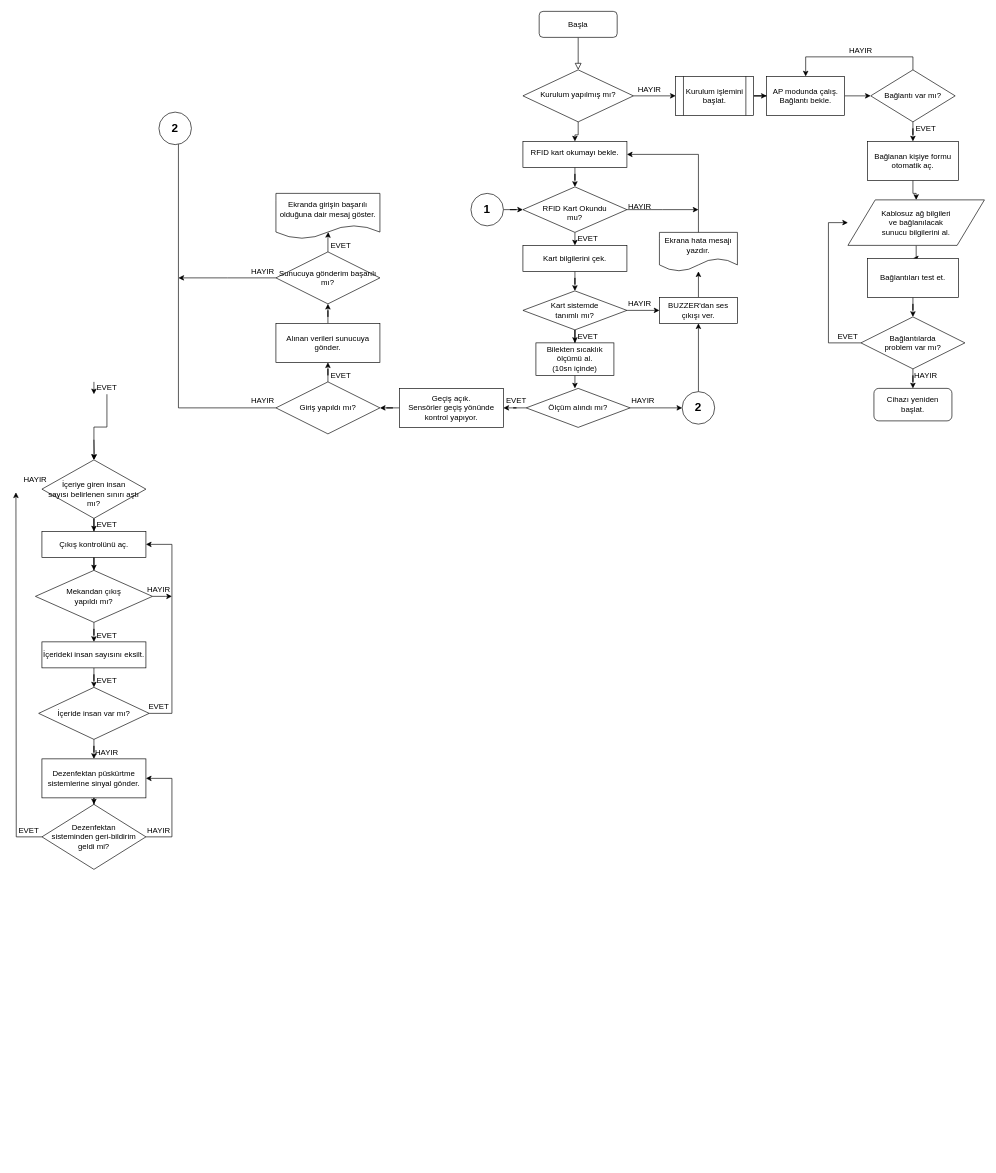
The draw.io diagram Untitled Diagram.drawio in atakanargn/jpebs, before the edit. Source tidied: cells renumbered, new cells numbered last; positions are measured from the earlier drawing's top-left corner, leaving out a move shared by most shapes. Both pictures are drawn from the tidied source at 65%, with x=0, y=0 at pixel (16, 11).
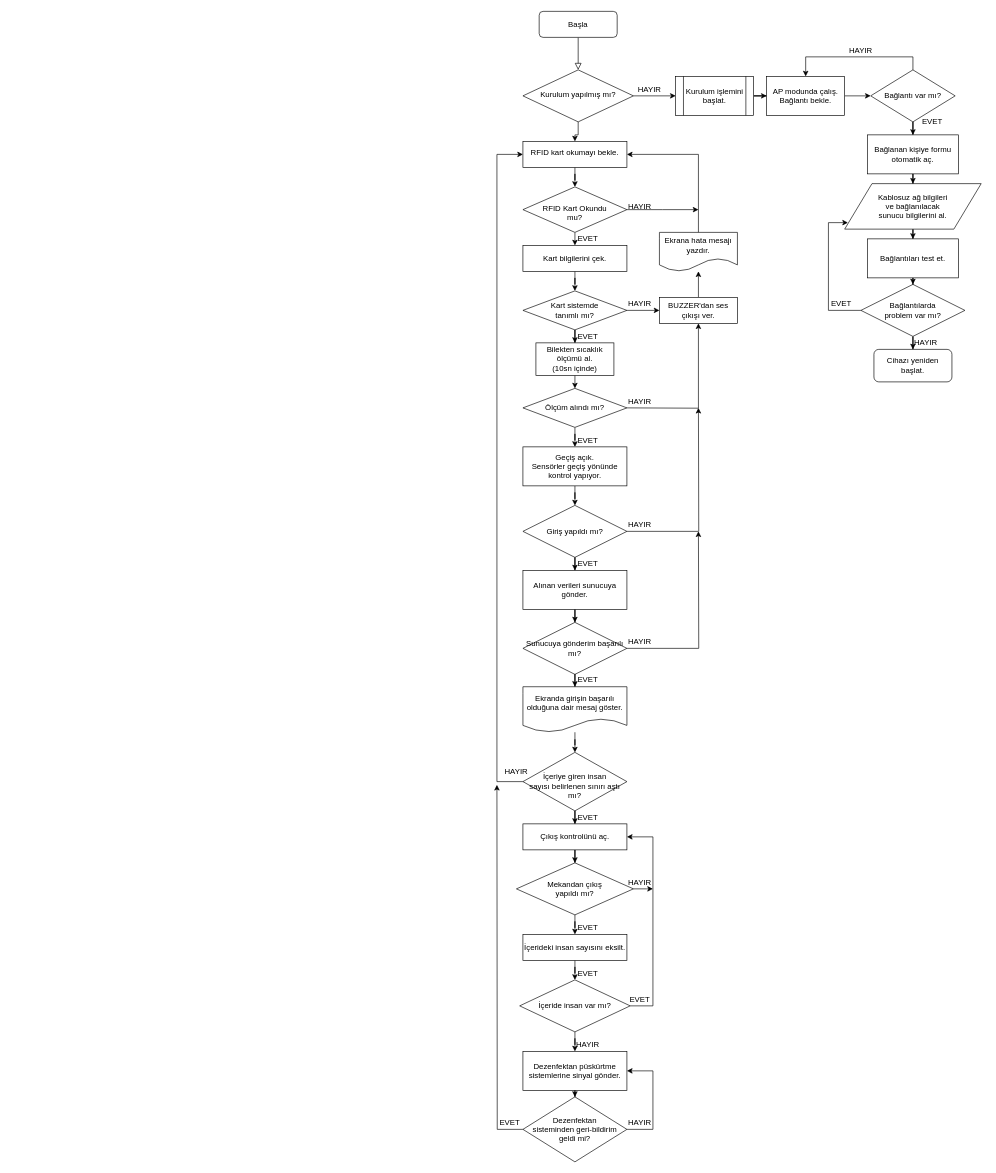
The same diagram, later.

The change refers to these unchanged cells:
```xml
<mxCell id="30" value="&lt;div&gt;RFID kart okumayı bekle.&lt;/div&gt;" style="whiteSpace=wrap;html=1;shadow=0;strokeWidth=1;spacing=6;spacingTop=-4;" parent="1" vertex="1">
  <mxGeometry x="780" y="200" width="160" height="40" as="geometry" />
</mxCell>
<mxCell id="33" value="&lt;div&gt;&lt;br&gt;&lt;/div&gt;&lt;div&gt;RFID Kart Okundu&lt;/div&gt;&lt;div&gt;mu?&lt;/div&gt;" style="rhombus;whiteSpace=wrap;html=1;shadow=0;strokeWidth=1;spacing=6;spacingTop=-4;" parent="1" vertex="1">
  <mxGeometry x="780" y="270" width="160" height="70" as="geometry" />
</mxCell>
<mxCell id="42" value="BUZZER'dan ses çıkışı ver." style="rounded=0;whiteSpace=wrap;html=1;" parent="1" vertex="1">
  <mxGeometry x="990" y="440" width="120" height="40" as="geometry" />
</mxCell>
```

The edit, as a diff of the source:
```diff
@@
     <mxCell id="17" value="&lt;div&gt;Bağlanan kişiye formu otomatik aç.&lt;/div&gt;" style="rounded=0;whiteSpace=wrap;html=1;" parent="1" vertex="1">
-      <mxGeometry x="1310" y="200" width="140" height="60" as="geometry" />
+      <mxGeometry x="1310" y="190" width="140" height="60" as="geometry" />
     </mxCell>
@@
     <mxCell id="19" value="&lt;div&gt;Kablosuz ağ bilgileri&lt;/div&gt;&lt;div&gt;ve bağlanılacak&lt;/div&gt;&lt;div&gt;sunucu bilgilerini al.&lt;/div&gt;" style="shape=parallelogram;whiteSpace=wrap;html=1;boundedLbl=1;rounded=0;" parent="1" vertex="1">
-      <mxGeometry x="1280" y="290" width="210" height="70" as="geometry" />
+      <mxGeometry x="1275" y="265" width="210" height="70" as="geometry" />
     </mxCell>
@@
     <mxCell id="21" value="Bağlantıları test et." style="whiteSpace=wrap;html=1;rounded=0;" parent="1" vertex="1">
-      <mxGeometry x="1310" y="380" width="140" height="60" as="geometry" />
+      <mxGeometry x="1310" y="350" width="140" height="60" as="geometry" />
     </mxCell>
     <mxCell id="22" style="edgeStyle=orthogonalEdgeStyle;rounded=0;jettySize=auto;html=1;" parent="1" edge="1" source="24">
       <mxGeometry relative="1" as="geometry">
         <mxPoint x="1280" y="325" as="targetPoint" />
         <Array as="points">
-          <mxPoint x="1250" y="510" />
+          <mxPoint x="1250" y="460" />
           <mxPoint x="1250" y="325" />
         </Array>
       </mxGeometry>
     </mxCell>
@@
     <mxCell id="24" value="&lt;div&gt;Bağlantılarda&lt;/div&gt;&lt;div&gt;problem var mı?&lt;/div&gt;" style="rhombus;whiteSpace=wrap;html=1;rounded=0;" parent="1" vertex="1">
-      <mxGeometry x="1300" y="470" width="160" height="80" as="geometry" />
+      <mxGeometry x="1300" y="420" width="160" height="80" as="geometry" />
     </mxCell>
     <mxCell id="25" value="EVET" style="text;html=1;strokeColor=none;fillColor=none;align=center;verticalAlign=middle;whiteSpace=wrap;rounded=0;" parent="1" vertex="1">
-      <mxGeometry x="1260" y="490" width="40" height="20" as="geometry" />
+      <mxGeometry x="1250" y="440" width="40" height="20" as="geometry" />
     </mxCell>
     <mxCell id="26" value="&lt;div&gt;Cihazı yeniden başlat.&lt;/div&gt;" style="rounded=1;whiteSpace=wrap;html=1;" parent="1" vertex="1">
-      <mxGeometry x="1320" y="580" width="120" height="50" as="geometry" />
+      <mxGeometry x="1320" y="520" width="120" height="50" as="geometry" />
     </mxCell>
     <mxCell id="27" value="&lt;div&gt;EVET&lt;/div&gt;" style="text;html=1;strokeColor=none;fillColor=none;align=center;verticalAlign=middle;whiteSpace=wrap;rounded=0;" parent="1" vertex="1">
-      <mxGeometry x="1380" y="170" width="40" height="20" as="geometry" />
+      <mxGeometry x="1390" y="160" width="40" height="20" as="geometry" />
     </mxCell>
     <mxCell id="28" value="&lt;div&gt;HAYIR&lt;/div&gt;" style="text;html=1;strokeColor=none;fillColor=none;align=center;verticalAlign=middle;whiteSpace=wrap;rounded=0;" parent="1" vertex="1">
-      <mxGeometry x="1380" y="550" width="40" height="20" as="geometry" />
+      <mxGeometry x="1380" y="500" width="40" height="20" as="geometry" />
     </mxCell>
@@
+    <mxCell id="104" style="edgeStyle=orthogonalEdgeStyle;rounded=0;jettySize=auto;html=1;entryX=0.5;entryY=1;entryDx=0;entryDy=0;" parent="1" edge="1" target="42">
+      <mxGeometry relative="1" as="geometry">
+        <mxPoint x="940" y="610" as="sourcePoint" />
+      </mxGeometry>
+    </mxCell>
@@
+    <mxCell id="105" style="edgeStyle=orthogonalEdgeStyle;rounded=0;jettySize=auto;html=1;entryX=0;entryY=0.5;entryDx=0;entryDy=0;exitX=0;exitY=0.5;exitDx=0;exitDy=0;" parent="1" edge="1" target="30">
+      <mxGeometry relative="1" as="geometry">
+        <mxPoint x="780" y="1185" as="sourcePoint" />
+        <Array as="points">
+          <mxPoint x="740" y="1185" />
+          <mxPoint x="740" y="220" />
+        </Array>
+      </mxGeometry>
+    </mxCell>
+    <mxCell id="80" style="edgeStyle=orthogonalEdgeStyle;rounded=0;jettySize=auto;html=1;" parent="1" edge="1" source="82" target="84">
+      <mxGeometry relative="1" as="geometry" />
+    </mxCell>
+    <mxCell id="82" value="Ölçüm alındı mı?" style="rhombus;whiteSpace=wrap;html=1;" parent="1" vertex="1">
+      <mxGeometry x="780" y="580" width="160" height="60" as="geometry" />
+    </mxCell>
     <mxCell id="49" value="HAYIR" style="text;html=1;strokeColor=none;fillColor=none;align=center;verticalAlign=middle;whiteSpace=wrap;rounded=0;" parent="1" vertex="1">
-      <mxGeometry x="945" y="589" width="40" height="20" as="geometry" />
+      <mxGeometry x="940" y="590" width="40" height="20" as="geometry" />
     </mxCell>
+    <mxCell id="83" style="edgeStyle=orthogonalEdgeStyle;rounded=0;jettySize=auto;html=1;" parent="1" edge="1" source="84" target="88">
+      <mxGeometry relative="1" as="geometry" />
+    </mxCell>
+    <mxCell id="84" value="&lt;div&gt;Geçiş açık.&lt;/div&gt;&lt;div&gt;Sensörler geçiş yönünde kontrol yapıyor.&lt;/div&gt;" style="whiteSpace=wrap;html=1;" parent="1" vertex="1">
+      <mxGeometry x="780" y="670" width="160" height="60" as="geometry" />
+    </mxCell>
+    <mxCell id="106" style="edgeStyle=orthogonalEdgeStyle;rounded=0;jettySize=auto;html=1;" parent="1" edge="1" source="88">
+      <mxGeometry relative="1" as="geometry">
+        <mxPoint x="1050" y="610" as="targetPoint" />
+      </mxGeometry>
+    </mxCell>
+    <mxCell id="86" style="edgeStyle=orthogonalEdgeStyle;rounded=0;jettySize=auto;html=1;" parent="1" edge="1" source="88" target="90">
+      <mxGeometry relative="1" as="geometry" />
+    </mxCell>
+    <mxCell id="88" value="Giriş yapıldı mı?" style="rhombus;whiteSpace=wrap;html=1;" parent="1" vertex="1">
+      <mxGeometry x="780" y="760" width="160" height="80" as="geometry" />
+    </mxCell>
+    <mxCell id="107" value="HAYIR" style="text;html=1;strokeColor=none;fillColor=none;align=center;verticalAlign=middle;whiteSpace=wrap;rounded=0;" parent="1" vertex="1">
+      <mxGeometry x="940" y="780" width="40" height="20" as="geometry" />
+    </mxCell>
+    <mxCell id="89" style="edgeStyle=orthogonalEdgeStyle;rounded=0;jettySize=auto;html=1;" parent="1" edge="1" source="90" target="98">
+      <mxGeometry relative="1" as="geometry" />
+    </mxCell>
+    <mxCell id="90" value="Alınan verileri sunucuya gönder." style="whiteSpace=wrap;html=1;" parent="1" vertex="1">
+      <mxGeometry x="780" y="860" width="160" height="60" as="geometry" />
+    </mxCell>
+    <mxCell id="108" style="edgeStyle=orthogonalEdgeStyle;rounded=0;jettySize=auto;html=1;" parent="1" edge="1" source="98">
+      <mxGeometry relative="1" as="geometry">
+        <mxPoint x="1050" y="800" as="targetPoint" />
+      </mxGeometry>
+    </mxCell>
-    <mxCell id="50" style="edgeStyle=orthogonalEdgeStyle;rounded=0;orthogonalLoop=1;jettySize=auto;html=1;" parent="1" edge="1">
-      <mxGeometry relative="1" as="geometry">
-        <mxPoint x="120" y="570" as="sourcePoint" />
-        <mxPoint x="120" y="589" as="targetPoint" />
-      </mxGeometry>
+    <mxCell id="50" style="edgeStyle=orthogonalEdgeStyle;rounded=0;jettySize=auto;html=1;" parent="1" edge="1" source="98" target="99">
+      <mxGeometry relative="1" as="geometry" />
     </mxCell>
+    <mxCell id="98" value="Sunucuya gönderim başarılı mı?" style="rhombus;whiteSpace=wrap;html=1;" parent="1" vertex="1">
+      <mxGeometry x="780" y="940" width="160" height="80" as="geometry" />
+    </mxCell>
+    <mxCell id="109" value="&lt;div&gt;EVET&lt;/div&gt;" style="text;html=1;strokeColor=none;fillColor=none;align=center;verticalAlign=middle;whiteSpace=wrap;rounded=0;" parent="1" vertex="1">
+      <mxGeometry x="860" y="650" width="40" height="20" as="geometry" />
+    </mxCell>
+    <mxCell id="110" value="&lt;div&gt;EVET&lt;/div&gt;" style="text;html=1;strokeColor=none;fillColor=none;align=center;verticalAlign=middle;whiteSpace=wrap;rounded=0;" parent="1" vertex="1">
+      <mxGeometry x="860" y="840" width="40" height="20" as="geometry" />
+    </mxCell>
+    <mxCell id="111" value="HAYIR" style="text;html=1;strokeColor=none;fillColor=none;align=center;verticalAlign=middle;whiteSpace=wrap;rounded=0;" parent="1" vertex="1">
+      <mxGeometry x="940" y="960" width="40" height="20" as="geometry" />
+    </mxCell>
-    <mxCell id="51" style="edgeStyle=orthogonalEdgeStyle;rounded=0;jettySize=auto;html=1;" parent="1" edge="1" target="55">
-      <mxGeometry relative="1" as="geometry">
-        <mxPoint x="120" y="659" as="sourcePoint" />
-      </mxGeometry>
+    <mxCell id="51" style="edgeStyle=orthogonalEdgeStyle;rounded=0;jettySize=auto;html=1;" parent="1" edge="1" source="99" target="55">
+      <mxGeometry relative="1" as="geometry" />
     </mxCell>
-    <mxCell id="52" style="edgeStyle=orthogonalEdgeStyle;rounded=0;jettySize=auto;html=1;" parent="1" edge="1" source="53" target="55">
-      <mxGeometry relative="1" as="geometry" />
-    </mxCell>
+    <mxCell id="99" value="Ekranda girişin başarılı olduğuna dair mesaj göster." style="shape=document;whiteSpace=wrap;html=1;boundedLbl=1;" parent="1" vertex="1">
+      <mxGeometry x="780" y="1039" width="160" height="70" as="geometry" />
+    </mxCell>
     <mxCell id="53" value="&lt;div&gt;EVET&lt;/div&gt;" style="text;html=1;strokeColor=none;fillColor=none;align=center;verticalAlign=middle;whiteSpace=wrap;rounded=0;" parent="1" vertex="1">
-      <mxGeometry x="120" y="569" width="40" height="20" as="geometry" />
+      <mxGeometry x="860" y="1019" width="40" height="20" as="geometry" />
     </mxCell>
@@
     <mxCell id="55" value="&lt;div&gt;&lt;br&gt;&lt;/div&gt;&lt;div&gt;İçeriye giren insan&lt;/div&gt;&lt;div&gt;sayısı belirlenen sınırı aştı mı?&lt;/div&gt;" style="rhombus;whiteSpace=wrap;html=1;" parent="1" vertex="1">
-      <mxGeometry x="40" y="690" width="160" height="90" as="geometry" />
+      <mxGeometry x="780" y="1140" width="160" height="90" as="geometry" />
     </mxCell>
     <mxCell id="56" value="HAYIR" style="text;html=1;strokeColor=none;fillColor=none;align=center;verticalAlign=middle;whiteSpace=wrap;rounded=0;" parent="1" vertex="1">
-      <mxGeometry x="10" y="710" width="40" height="20" as="geometry" />
+      <mxGeometry x="750" y="1160" width="40" height="20" as="geometry" />
     </mxCell>
@@
     <mxCell id="58" value="Çıkış kontrolünü aç." style="whiteSpace=wrap;html=1;" parent="1" vertex="1">
-      <mxGeometry x="40" y="800" width="160" height="40" as="geometry" />
+      <mxGeometry x="780" y="1250" width="160" height="40" as="geometry" />
     </mxCell>
@@
     <mxCell id="60" style="edgeStyle=orthogonalEdgeStyle;rounded=0;jettySize=auto;html=1;" parent="1" edge="1" source="61">
       <mxGeometry relative="1" as="geometry">
-        <mxPoint x="240" y="900" as="targetPoint" />
+        <mxPoint x="980" y="1350" as="targetPoint" />
       </mxGeometry>
     </mxCell>
     <mxCell id="61" value="&lt;div&gt;Mekandan çıkış&lt;/div&gt;&lt;div&gt;yapıldı mı?&lt;/div&gt;" style="rhombus;whiteSpace=wrap;html=1;" parent="1" vertex="1">
-      <mxGeometry x="30" y="860" width="180" height="80" as="geometry" />
+      <mxGeometry x="770" y="1310" width="180" height="80" as="geometry" />
     </mxCell>
@@
     <mxCell id="63" value="İçerideki insan sayısını eksilt." style="whiteSpace=wrap;html=1;" parent="1" vertex="1">
-      <mxGeometry x="40" y="970" width="160" height="40" as="geometry" />
+      <mxGeometry x="780" y="1420" width="160" height="40" as="geometry" />
     </mxCell>
     <mxCell id="64" value="&lt;div&gt;EVET&lt;/div&gt;" style="text;html=1;strokeColor=none;fillColor=none;align=center;verticalAlign=middle;whiteSpace=wrap;rounded=0;" parent="1" vertex="1">
-      <mxGeometry x="120" y="780" width="40" height="20" as="geometry" />
+      <mxGeometry x="860" y="1230" width="40" height="20" as="geometry" />
     </mxCell>
     <mxCell id="65" style="edgeStyle=orthogonalEdgeStyle;rounded=0;jettySize=auto;html=1;entryX=1;entryY=0.5;entryDx=0;entryDy=0;" parent="1" edge="1" source="67" target="58">
       <mxGeometry relative="1" as="geometry">
         <Array as="points">
-          <mxPoint x="240" y="1080" />
-          <mxPoint x="240" y="820" />
+          <mxPoint x="980" y="1530" />
+          <mxPoint x="980" y="1270" />
         </Array>
       </mxGeometry>
     </mxCell>
@@
     <mxCell id="67" value="İçeride insan var mı?" style="rhombus;whiteSpace=wrap;html=1;" parent="1" vertex="1">
-      <mxGeometry x="35" y="1040" width="170" height="80" as="geometry" />
+      <mxGeometry x="775" y="1490" width="170" height="80" as="geometry" />
     </mxCell>
     <mxCell id="68" value="HAYIR" style="text;html=1;strokeColor=none;fillColor=none;align=center;verticalAlign=middle;whiteSpace=wrap;rounded=0;" parent="1" vertex="1">
-      <mxGeometry x="200" y="880" width="40" height="20" as="geometry" />
+      <mxGeometry x="940" y="1330" width="40" height="20" as="geometry" />
     </mxCell>
     <mxCell id="69" value="EVET" style="text;html=1;strokeColor=none;fillColor=none;align=center;verticalAlign=middle;whiteSpace=wrap;rounded=0;" parent="1" vertex="1">
-      <mxGeometry x="200" y="1060" width="40" height="20" as="geometry" />
+      <mxGeometry x="940" y="1510" width="40" height="20" as="geometry" />
     </mxCell>
     <mxCell id="70" value="&lt;div&gt;EVET&lt;/div&gt;" style="text;html=1;strokeColor=none;fillColor=none;align=center;verticalAlign=middle;whiteSpace=wrap;rounded=0;" parent="1" vertex="1">
-      <mxGeometry x="120" y="950" width="40" height="20" as="geometry" />
+      <mxGeometry x="860" y="1400" width="40" height="20" as="geometry" />
     </mxCell>
     <mxCell id="71" value="&lt;div&gt;EVET&lt;/div&gt;" style="text;html=1;strokeColor=none;fillColor=none;align=center;verticalAlign=middle;whiteSpace=wrap;rounded=0;" parent="1" vertex="1">
-      <mxGeometry x="120" y="1020" width="40" height="20" as="geometry" />
+      <mxGeometry x="860" y="1470" width="40" height="20" as="geometry" />
     </mxCell>
@@
     <mxCell id="73" value="Dezenfektan püskürtme sistemlerine sinyal gönder." style="whiteSpace=wrap;html=1;" parent="1" vertex="1">
-      <mxGeometry x="40" y="1150" width="160" height="60" as="geometry" />
+      <mxGeometry x="780" y="1600" width="160" height="60" as="geometry" />
     </mxCell>
     <mxCell id="74" value="HAYIR" style="text;html=1;strokeColor=none;fillColor=none;align=center;verticalAlign=middle;whiteSpace=wrap;rounded=0;" parent="1" vertex="1">
-      <mxGeometry x="120" y="1130" width="40" height="20" as="geometry" />
+      <mxGeometry x="860" y="1580" width="40" height="20" as="geometry" />
     </mxCell>
     <mxCell id="75" style="edgeStyle=orthogonalEdgeStyle;rounded=0;jettySize=auto;html=1;entryX=1;entryY=0.5;entryDx=0;entryDy=0;" parent="1" edge="1" source="77" target="73">
       <mxGeometry relative="1" as="geometry">
         <Array as="points">
-          <mxPoint x="240" y="1270" />
-          <mxPoint x="240" y="1180" />
+          <mxPoint x="980" y="1720" />
+          <mxPoint x="980" y="1630" />
         </Array>
       </mxGeometry>
     </mxCell>
     <mxCell id="76" style="edgeStyle=orthogonalEdgeStyle;rounded=0;jettySize=auto;html=1;" parent="1" edge="1" source="77">
       <mxGeometry relative="1" as="geometry">
-        <mxPoint y="740" as="targetPoint" />
+        <mxPoint x="740" y="1190" as="targetPoint" />
       </mxGeometry>
     </mxCell>
     <mxCell id="77" value="&lt;div&gt;Dezenfektan&lt;/div&gt;&lt;div&gt;sisteminden geri-bildirim geldi mi?&lt;/div&gt;" style="rhombus;whiteSpace=wrap;html=1;" parent="1" vertex="1">
-      <mxGeometry x="40" y="1220" width="160" height="100" as="geometry" />
+      <mxGeometry x="780" y="1670" width="160" height="100" as="geometry" />
     </mxCell>
     <mxCell id="78" value="HAYIR" style="text;html=1;strokeColor=none;fillColor=none;align=center;verticalAlign=middle;whiteSpace=wrap;rounded=0;" parent="1" vertex="1">
-      <mxGeometry x="200" y="1250" width="40" height="20" as="geometry" />
+      <mxGeometry x="940" y="1700" width="40" height="20" as="geometry" />
     </mxCell>
     <mxCell id="79" value="&lt;div&gt;EVET&lt;/div&gt;" style="text;html=1;strokeColor=none;fillColor=none;align=center;verticalAlign=middle;whiteSpace=wrap;rounded=0;" parent="1" vertex="1">
-      <mxGeometry y="1250" width="40" height="20" as="geometry" />
+      <mxGeometry x="740" y="1700" width="40" height="20" as="geometry" />
     </mxCell>
-    <mxCell id="80" style="edgeStyle=orthogonalEdgeStyle;rounded=0;jettySize=auto;html=1;entryX=1;entryY=0.5;entryDx=0;entryDy=0;" parent="1" edge="1" source="82" target="84">
-      <mxGeometry relative="1" as="geometry" />
-    </mxCell>
-    <mxCell id="81" style="edgeStyle=orthogonalEdgeStyle;rounded=0;jettySize=auto;html=1;entryX=0;entryY=0.5;entryDx=0;entryDy=0;" parent="1" edge="1" source="82" target="101">
-      <mxGeometry relative="1" as="geometry" />
-    </mxCell>
-    <mxCell id="82" value="Ölçüm alındı mı?" style="rhombus;whiteSpace=wrap;html=1;" parent="1" vertex="1">
-      <mxGeometry x="785" y="580" width="160" height="60" as="geometry" />
-    </mxCell>
-    <mxCell id="83" style="edgeStyle=orthogonalEdgeStyle;rounded=0;jettySize=auto;html=1;entryX=1;entryY=0.5;entryDx=0;entryDy=0;" parent="1" edge="1" source="84" target="88">
-      <mxGeometry relative="1" as="geometry" />
-    </mxCell>
-    <mxCell id="84" value="&lt;div&gt;Geçiş açık.&lt;/div&gt;&lt;div&gt;Sensörler geçiş yönünde kontrol yapıyor.&lt;/div&gt;" style="whiteSpace=wrap;html=1;" parent="1" vertex="1">
-      <mxGeometry x="590" y="580" width="160" height="60" as="geometry" />
-    </mxCell>
-    <mxCell id="85" value="&lt;div&gt;EVET&lt;/div&gt;" style="text;html=1;strokeColor=none;fillColor=none;align=center;verticalAlign=middle;whiteSpace=wrap;rounded=0;" parent="1" vertex="1">
-      <mxGeometry x="750" y="589" width="40" height="20" as="geometry" />
-    </mxCell>
-    <mxCell id="86" style="edgeStyle=orthogonalEdgeStyle;rounded=0;jettySize=auto;html=1;" parent="1" edge="1" source="88" target="90">
-      <mxGeometry relative="1" as="geometry" />
-    </mxCell>
-    <mxCell id="87" style="edgeStyle=orthogonalEdgeStyle;rounded=0;jettySize=auto;html=1;entryX=1;entryY=0.5;entryDx=0;entryDy=0;" parent="1" edge="1" source="88" target="93">
-      <mxGeometry relative="1" as="geometry">
-        <Array as="points">
-          <mxPoint x="250" y="610" />
-          <mxPoint x="250" y="180" />
-        </Array>
-      </mxGeometry>
-    </mxCell>
-    <mxCell id="88" value="Giriş yapıldı mı?" style="rhombus;whiteSpace=wrap;html=1;" parent="1" vertex="1">
-      <mxGeometry x="400" y="570" width="160" height="80" as="geometry" />
-    </mxCell>
-    <mxCell id="89" style="edgeStyle=orthogonalEdgeStyle;rounded=0;jettySize=auto;html=1;entryX=0.5;entryY=1;entryDx=0;entryDy=0;" parent="1" edge="1" source="90" target="98">
-      <mxGeometry relative="1" as="geometry" />
-    </mxCell>
-    <mxCell id="90" value="Alınan verileri sunucuya gönder." style="whiteSpace=wrap;html=1;" parent="1" vertex="1">
-      <mxGeometry x="400" y="480" width="160" height="60" as="geometry" />
-    </mxCell>
-    <mxCell id="91" style="edgeStyle=orthogonalEdgeStyle;rounded=0;jettySize=auto;html=1;entryX=0;entryY=0.5;entryDx=0;entryDy=0;" parent="1" edge="1" source="92" target="33">
-      <mxGeometry relative="1" as="geometry" />
-    </mxCell>
-    <mxCell id="92" value="&lt;div&gt;&lt;b&gt;&lt;font style=&quot;font-size: 18px&quot;&gt;1&lt;/font&gt;&lt;/b&gt;&lt;/div&gt;" style="ellipse;whiteSpace=wrap;html=1;" parent="1" vertex="1">
-      <mxGeometry x="700" y="280" width="50" height="50" as="geometry" />
-    </mxCell>
-    <mxCell id="93" value="&lt;div&gt;&lt;b&gt;&lt;font style=&quot;font-size: 18px&quot;&gt;2&lt;/font&gt;&lt;/b&gt;&lt;/div&gt;" style="ellipse;whiteSpace=wrap;html=1;" parent="1" vertex="1">
-      <mxGeometry x="220" y="155" width="50" height="50" as="geometry" />
-    </mxCell>
-    <mxCell id="94" value="HAYIR" style="text;html=1;strokeColor=none;fillColor=none;align=center;verticalAlign=middle;whiteSpace=wrap;rounded=0;" parent="1" vertex="1">
-      <mxGeometry x="360" y="589" width="40" height="20" as="geometry" />
-    </mxCell>
-    <mxCell id="95" value="&lt;div&gt;EVET&lt;/div&gt;" style="text;html=1;strokeColor=none;fillColor=none;align=center;verticalAlign=middle;whiteSpace=wrap;rounded=0;" parent="1" vertex="1">
-      <mxGeometry x="480" y="550" width="40" height="20" as="geometry" />
-    </mxCell>
-    <mxCell id="96" style="edgeStyle=orthogonalEdgeStyle;rounded=0;jettySize=auto;html=1;" parent="1" edge="1" source="98">
-      <mxGeometry relative="1" as="geometry">
-        <mxPoint x="250" y="410" as="targetPoint" />
-      </mxGeometry>
-    </mxCell>
-    <mxCell id="97" style="edgeStyle=orthogonalEdgeStyle;rounded=0;jettySize=auto;html=1;entryX=0.503;entryY=0.851;entryDx=0;entryDy=0;entryPerimeter=0;" parent="1" edge="1" source="98" target="99">
-      <mxGeometry relative="1" as="geometry" />
-    </mxCell>
-    <mxCell id="98" value="Sunucuya gönderim başarılı mı?" style="rhombus;whiteSpace=wrap;html=1;" parent="1" vertex="1">
-      <mxGeometry x="400" y="370" width="160" height="80" as="geometry" />
-    </mxCell>
-    <mxCell id="99" value="Ekranda girişin başarılı olduğuna dair mesaj göster." style="shape=document;whiteSpace=wrap;html=1;boundedLbl=1;" parent="1" vertex="1">
-      <mxGeometry x="400" y="280" width="160" height="70" as="geometry" />
-    </mxCell>
-    <mxCell id="100" style="edgeStyle=orthogonalEdgeStyle;rounded=0;jettySize=auto;html=1;entryX=0.5;entryY=1;entryDx=0;entryDy=0;" parent="1" edge="1" source="101" target="42">
-      <mxGeometry relative="1" as="geometry" />
-    </mxCell>
-    <mxCell id="101" value="&lt;div&gt;&lt;b&gt;&lt;font style=&quot;font-size: 18px&quot;&gt;2&lt;/font&gt;&lt;/b&gt;&lt;/div&gt;" style="ellipse;whiteSpace=wrap;html=1;" parent="1" vertex="1">
-      <mxGeometry x="1025" y="585" width="50" height="50" as="geometry" />
-    </mxCell>
-    <mxCell id="102" value="HAYIR" style="text;html=1;strokeColor=none;fillColor=none;align=center;verticalAlign=middle;whiteSpace=wrap;rounded=0;" parent="1" vertex="1">
-      <mxGeometry x="360" y="390" width="40" height="20" as="geometry" />
-    </mxCell>
-    <mxCell id="103" value="&lt;div&gt;EVET&lt;/div&gt;" style="text;html=1;strokeColor=none;fillColor=none;align=center;verticalAlign=middle;whiteSpace=wrap;rounded=0;" parent="1" vertex="1">
-      <mxGeometry x="480" y="350" width="40" height="20" as="geometry" />
-    </mxCell>
```
